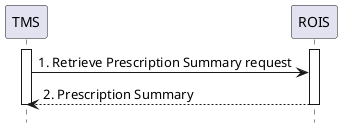
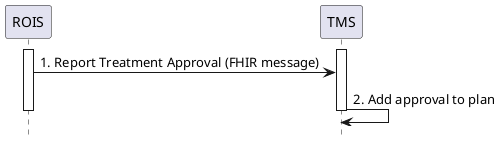
@startuml
skinparam svgDimensionStyle true
hide footbox
+ participant "ROIS" as ROIS
participant "TMS" as TMS
- participant "ROIS" as ROIS
+ activate ROIS
activate TMS
- activate ROIS
- TMS -> ROIS : 1. Retrieve Prescription Summary request
- ROIS --> TMS : 2. Prescription Summary
+ ROIS -> TMS : 1. Report Treatment Approval (FHIR message)
+ TMS -> TMS : 2. Add approval to plan
+ deactivate ROIS
deactivate TMS
- deactivate ROIS
@enduml
